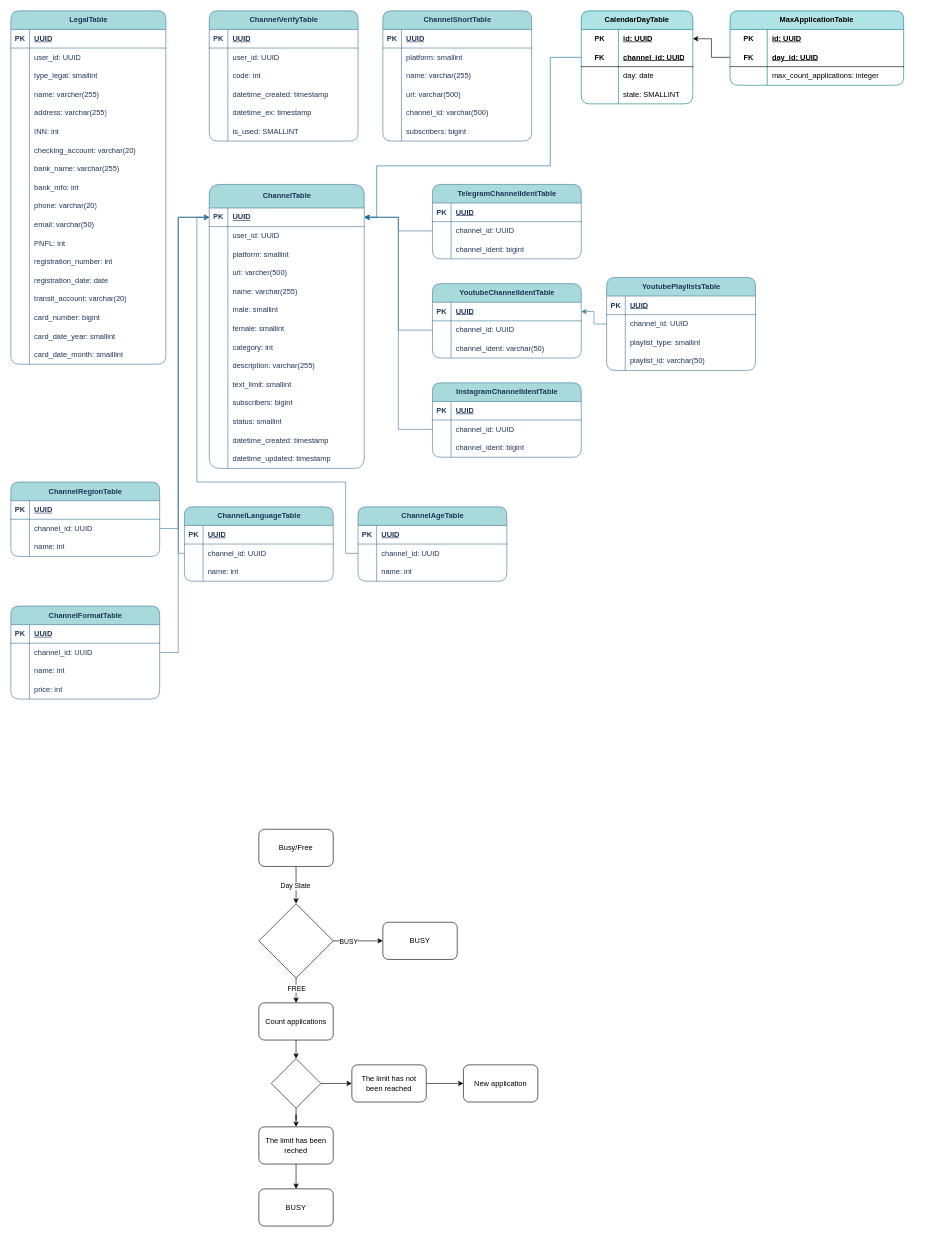
The draw.io diagram page "channel_database" (6 of 9) of Advertiser-Blogger.drawio in KmvRoman/Diagrams, before the edit. Source tidied: cells renumbered, new cells numbered last; positions are measured from the earlier drawing's top-left corner, leaving out a move shared by most shapes. Both pictures are drawn from the tidied source at 62%, with x=0, y=0 at pixel (11, 11).
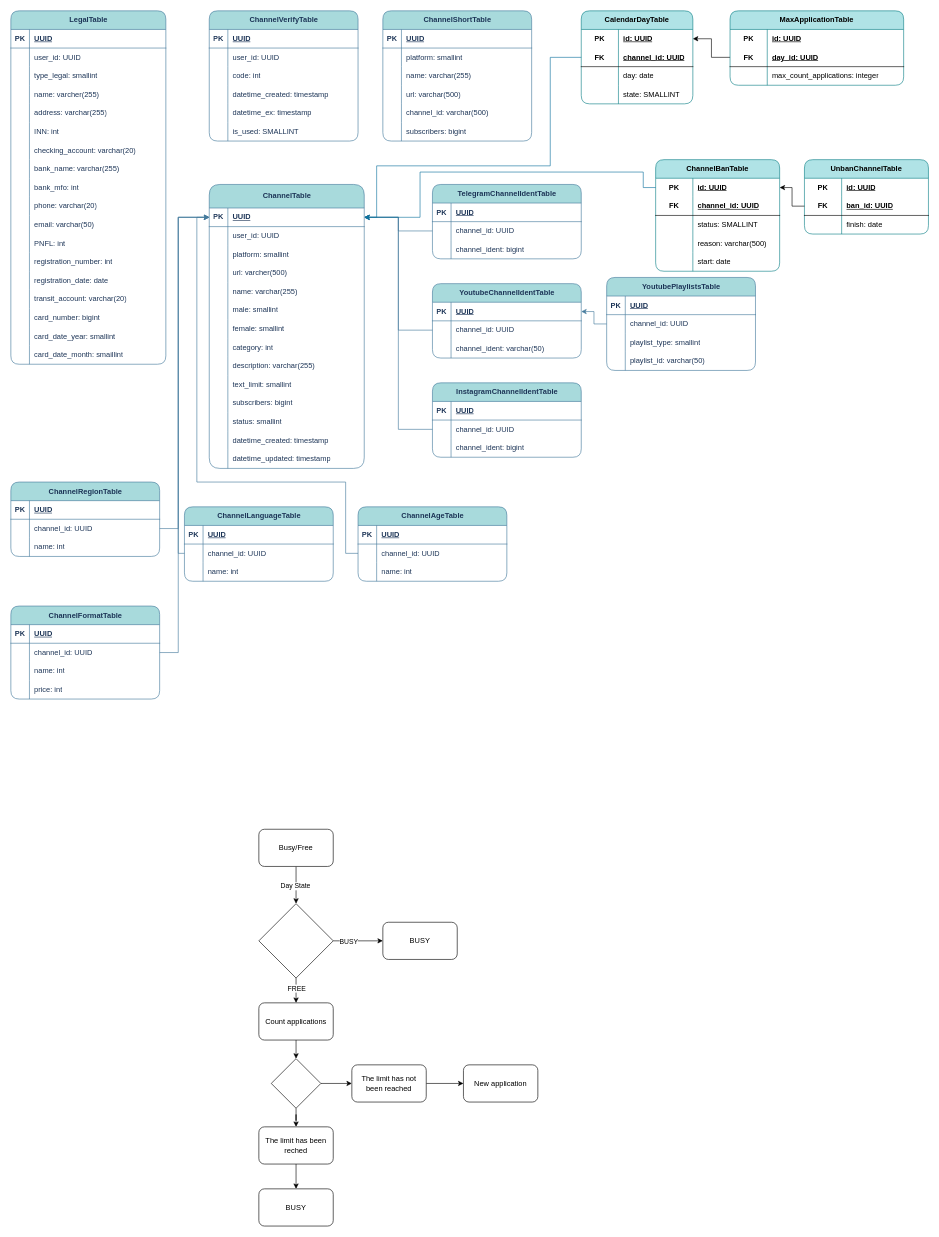
Above is the later version.

Unchanged cells that the change refers to:
```xml
<mxCell id="96" style="shape=tableRow;horizontal=0;startSize=0;swimlaneHead=0;swimlaneBody=0;fillColor=none;points=[[0,0.5],[1,0.5]];portConstraint=eastwest;top=0;left=0;right=0;bottom=1;labelBackgroundColor=none;strokeColor=#457B9D;fontColor=#1D3557;" parent="95" vertex="1">
  <mxGeometry y="38" width="250" height="30" as="geometry" />
</mxCell>
```

Change to the diagram source:
```diff
@@
+    <mxCell id="277" value="ChannelBanTable" style="shape=table;startSize=30;childLayout=tableLayout;rowLines=0;fontStyle=1;align=center;html=1;whiteSpace=wrap;rounded=1;fillColor=#b0e3e6;strokeColor=#0e8088;" parent="1" vertex="1">
+      <mxGeometry x="1040" y="240" width="200" height="180" as="geometry" />
+    </mxCell>
+    <mxCell id="278" style="shape=tableRow;horizontal=0;startSize=0;swimlaneHead=0;swimlaneBody=0;fillColor=none;points=[[0,0.5],[1,0.5]];portConstraint=eastwest;top=0;left=0;right=0;bottom=0;html=1;" parent="277" vertex="1">
+      <mxGeometry y="30" width="200" height="30" as="geometry" />
+    </mxCell>
+    <mxCell id="279" value="PK" style="shape=partialRectangle;fillColor=none;top=0;left=0;bottom=0;right=0;fontStyle=1;overflow=hidden;html=1;whiteSpace=wrap;" parent="278" vertex="1">
+      <mxGeometry width="60" height="30" as="geometry" />
+    </mxCell>
+    <mxCell id="280" value="id: UUID" style="shape=partialRectangle;fillColor=none;top=0;left=0;bottom=0;right=0;align=left;spacingLeft=6;fontStyle=5;overflow=hidden;html=1;whiteSpace=wrap;" parent="278" vertex="1">
+      <mxGeometry x="60" width="140" height="30" as="geometry" />
+    </mxCell>
+    <mxCell id="281" style="shape=tableRow;horizontal=0;startSize=0;swimlaneHead=0;swimlaneBody=0;fillColor=none;top=0;left=0;right=0;bottom=1;html=1;" parent="277" vertex="1">
+      <mxGeometry y="60" width="200" height="30" as="geometry" />
+    </mxCell>
+    <mxCell id="282" value="FK" style="shape=partialRectangle;fillColor=none;top=0;left=0;bottom=0;right=0;fontStyle=1;overflow=hidden;html=1;whiteSpace=wrap;" parent="281" vertex="1">
+      <mxGeometry width="60" height="30" as="geometry" />
+    </mxCell>
+    <mxCell id="283" value="channel_id: UUID" style="shape=partialRectangle;fillColor=none;top=0;left=0;bottom=0;right=0;align=left;spacingLeft=6;fontStyle=5;overflow=hidden;html=1;whiteSpace=wrap;" parent="281" vertex="1">
+      <mxGeometry x="60" width="140" height="30" as="geometry" />
+    </mxCell>
+    <mxCell id="284" style="shape=tableRow;horizontal=0;startSize=0;swimlaneHead=0;swimlaneBody=0;fillColor=none;top=0;left=0;right=0;bottom=0;html=1;" parent="277" vertex="1">
+      <mxGeometry y="90" width="200" height="30" as="geometry" />
+    </mxCell>
+    <mxCell id="285" style="shape=partialRectangle;fillColor=none;top=0;left=0;bottom=0;right=0;overflow=hidden;html=1;whiteSpace=wrap;" parent="284" vertex="1">
+      <mxGeometry width="60" height="30" as="geometry" />
+    </mxCell>
+    <mxCell id="286" value="status: SMALLINT" style="shape=partialRectangle;fillColor=none;top=0;left=0;bottom=0;right=0;align=left;spacingLeft=6;overflow=hidden;html=1;whiteSpace=wrap;" parent="284" vertex="1">
+      <mxGeometry x="60" width="140" height="30" as="geometry" />
+    </mxCell>
+    <mxCell id="287" style="shape=tableRow;horizontal=0;startSize=0;swimlaneHead=0;swimlaneBody=0;fillColor=none;top=0;left=0;right=0;bottom=0;html=1;" parent="277" vertex="1">
+      <mxGeometry y="120" width="200" height="30" as="geometry" />
+    </mxCell>
+    <mxCell id="288" style="shape=partialRectangle;fillColor=none;top=0;left=0;bottom=0;right=0;overflow=hidden;html=1;whiteSpace=wrap;" parent="287" vertex="1">
+      <mxGeometry width="60" height="30" as="geometry" />
+    </mxCell>
+    <mxCell id="289" value="reason: varchar(500)" style="shape=partialRectangle;fillColor=none;top=0;left=0;bottom=0;right=0;align=left;spacingLeft=6;overflow=hidden;html=1;whiteSpace=wrap;" parent="287" vertex="1">
+      <mxGeometry x="60" width="140" height="30" as="geometry" />
+    </mxCell>
+    <mxCell id="290" style="shape=tableRow;horizontal=0;startSize=0;swimlaneHead=0;swimlaneBody=0;fillColor=none;top=0;left=0;right=0;bottom=0;html=1;" parent="277" vertex="1">
+      <mxGeometry y="150" width="200" height="30" as="geometry" />
+    </mxCell>
+    <mxCell id="291" style="shape=partialRectangle;fillColor=none;top=0;left=0;bottom=0;right=0;overflow=hidden;html=1;whiteSpace=wrap;" parent="290" vertex="1">
+      <mxGeometry width="60" height="30" as="geometry" />
+    </mxCell>
+    <mxCell id="292" value="start: date" style="shape=partialRectangle;fillColor=none;top=0;left=0;bottom=0;right=0;align=left;spacingLeft=6;overflow=hidden;html=1;whiteSpace=wrap;" parent="290" vertex="1">
+      <mxGeometry x="60" width="140" height="30" as="geometry" />
+    </mxCell>
+    <mxCell id="293" value="UnbanChannelTable" style="shape=table;startSize=30;childLayout=tableLayout;rowLines=0;fontStyle=1;align=center;html=1;whiteSpace=wrap;rounded=1;fillColor=#b0e3e6;strokeColor=#0e8088;" parent="1" vertex="1">
+      <mxGeometry x="1280" y="240" width="200" height="120" as="geometry" />
+    </mxCell>
+    <mxCell id="294" style="shape=tableRow;horizontal=0;startSize=0;swimlaneHead=0;swimlaneBody=0;fillColor=none;top=0;left=0;right=0;bottom=0;html=1;" parent="293" vertex="1">
+      <mxGeometry y="30" width="200" height="30" as="geometry" />
+    </mxCell>
+    <mxCell id="295" value="PK" style="shape=partialRectangle;fillColor=none;top=0;left=0;bottom=0;right=0;fontStyle=1;overflow=hidden;html=1;whiteSpace=wrap;" parent="294" vertex="1">
+      <mxGeometry width="60" height="30" as="geometry" />
+    </mxCell>
+    <mxCell id="296" value="id: UUID" style="shape=partialRectangle;fillColor=none;top=0;left=0;bottom=0;right=0;align=left;spacingLeft=6;fontStyle=5;overflow=hidden;html=1;whiteSpace=wrap;" parent="294" vertex="1">
+      <mxGeometry x="60" width="140" height="30" as="geometry" />
+    </mxCell>
+    <mxCell id="297" style="shape=tableRow;horizontal=0;startSize=0;swimlaneHead=0;swimlaneBody=0;fillColor=none;points=[[0,0.5],[1,0.5]];portConstraint=eastwest;top=0;left=0;right=0;bottom=1;html=1;" parent="293" vertex="1">
+      <mxGeometry y="60" width="200" height="30" as="geometry" />
+    </mxCell>
+    <mxCell id="298" value="FK" style="shape=partialRectangle;fillColor=none;top=0;left=0;bottom=0;right=0;fontStyle=1;overflow=hidden;html=1;whiteSpace=wrap;" parent="297" vertex="1">
+      <mxGeometry width="60" height="30" as="geometry" />
+    </mxCell>
+    <mxCell id="299" value="ban_id: UUID" style="shape=partialRectangle;fillColor=none;top=0;left=0;bottom=0;right=0;align=left;spacingLeft=6;fontStyle=5;overflow=hidden;html=1;whiteSpace=wrap;" parent="297" vertex="1">
+      <mxGeometry x="60" width="140" height="30" as="geometry" />
+    </mxCell>
+    <mxCell id="300" style="shape=tableRow;horizontal=0;startSize=0;swimlaneHead=0;swimlaneBody=0;fillColor=none;top=0;left=0;right=0;bottom=0;html=1;" parent="293" vertex="1">
+      <mxGeometry y="90" width="200" height="30" as="geometry" />
+    </mxCell>
+    <mxCell id="301" style="shape=partialRectangle;fillColor=none;top=0;left=0;bottom=0;right=0;overflow=hidden;html=1;whiteSpace=wrap;" parent="300" vertex="1">
+      <mxGeometry width="60" height="30" as="geometry" />
+    </mxCell>
+    <mxCell id="302" value="finish: date" style="shape=partialRectangle;fillColor=none;top=0;left=0;bottom=0;right=0;align=left;spacingLeft=6;overflow=hidden;html=1;whiteSpace=wrap;" parent="300" vertex="1">
+      <mxGeometry x="60" width="140" height="30" as="geometry" />
+    </mxCell>
+    <mxCell id="303" style="edgeStyle=orthogonalEdgeStyle;rounded=0;jettySize=auto;html=1;entryX=1;entryY=0.5;entryDx=0;entryDy=0;exitX=0;exitY=0.5;exitDx=0;exitDy=0;" parent="1" edge="1" source="297" target="278">
+      <mxGeometry relative="1" as="geometry" />
+    </mxCell>
+    <mxCell id="304" style="edgeStyle=orthogonalEdgeStyle;rounded=0;jettySize=auto;html=1;entryX=1;entryY=0.5;entryDx=0;entryDy=0;exitX=0;exitY=0.5;exitDx=0;exitDy=0;fillColor=#b1ddf0;strokeColor=#10739e;" parent="1" edge="1" source="278" target="96">
+      <mxGeometry relative="1" as="geometry">
+        <Array as="points">
+          <mxPoint x="1020" y="285" />
+          <mxPoint x="1020" y="260" />
+          <mxPoint x="660" y="260" />
+          <mxPoint x="660" y="333" />
+        </Array>
+      </mxGeometry>
+    </mxCell>
```
